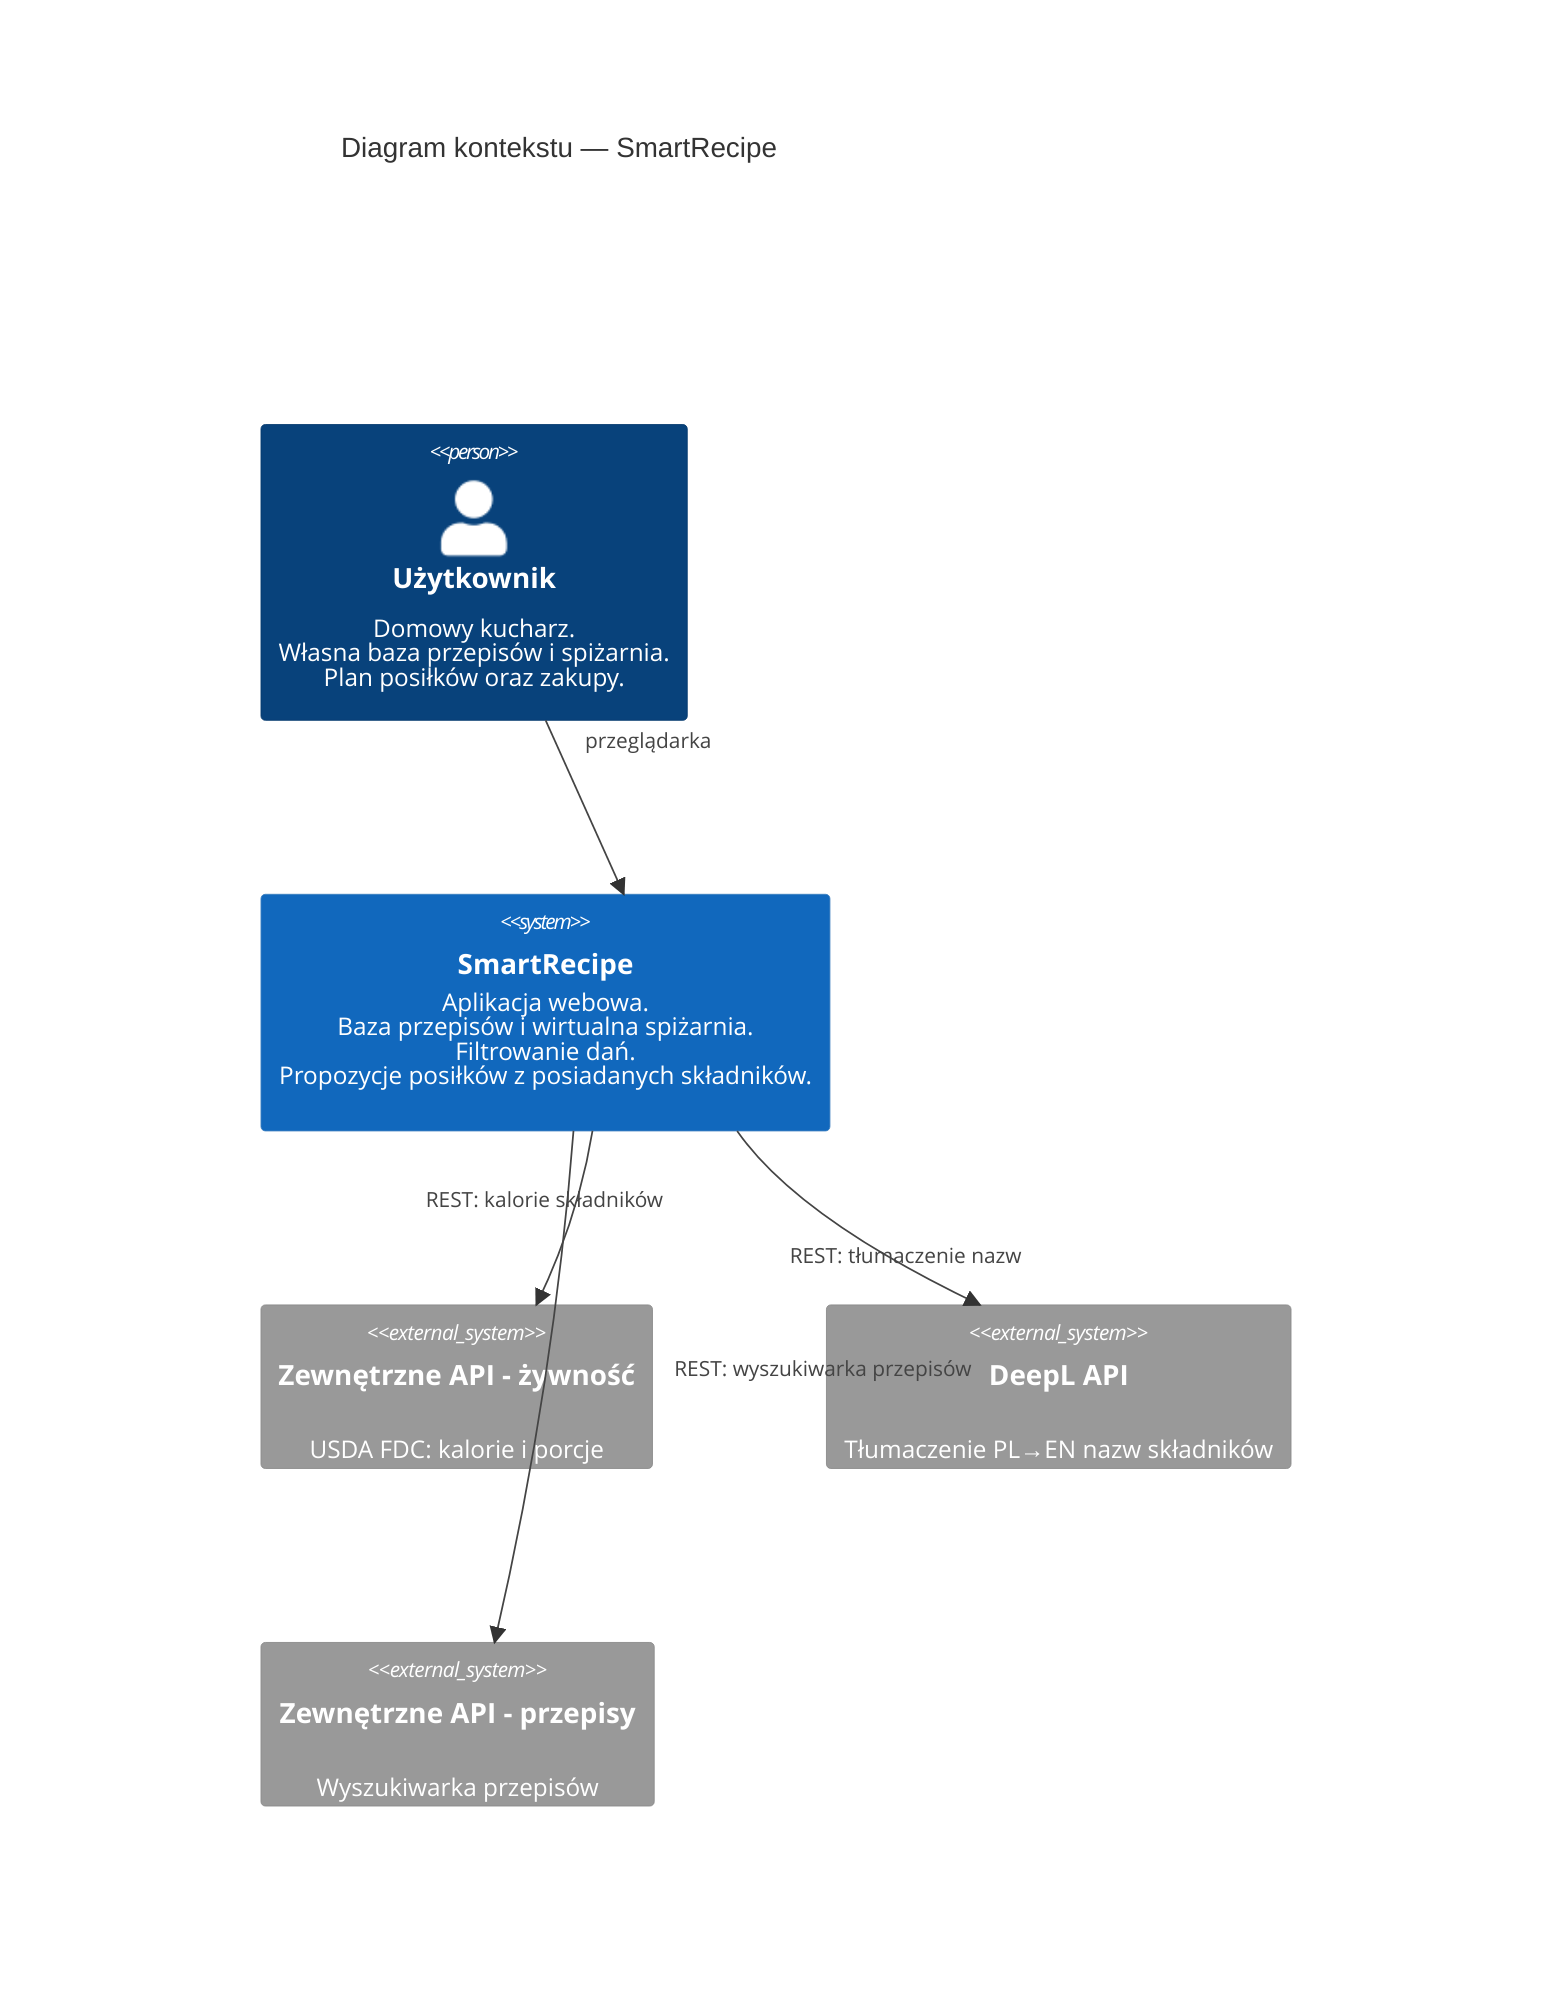
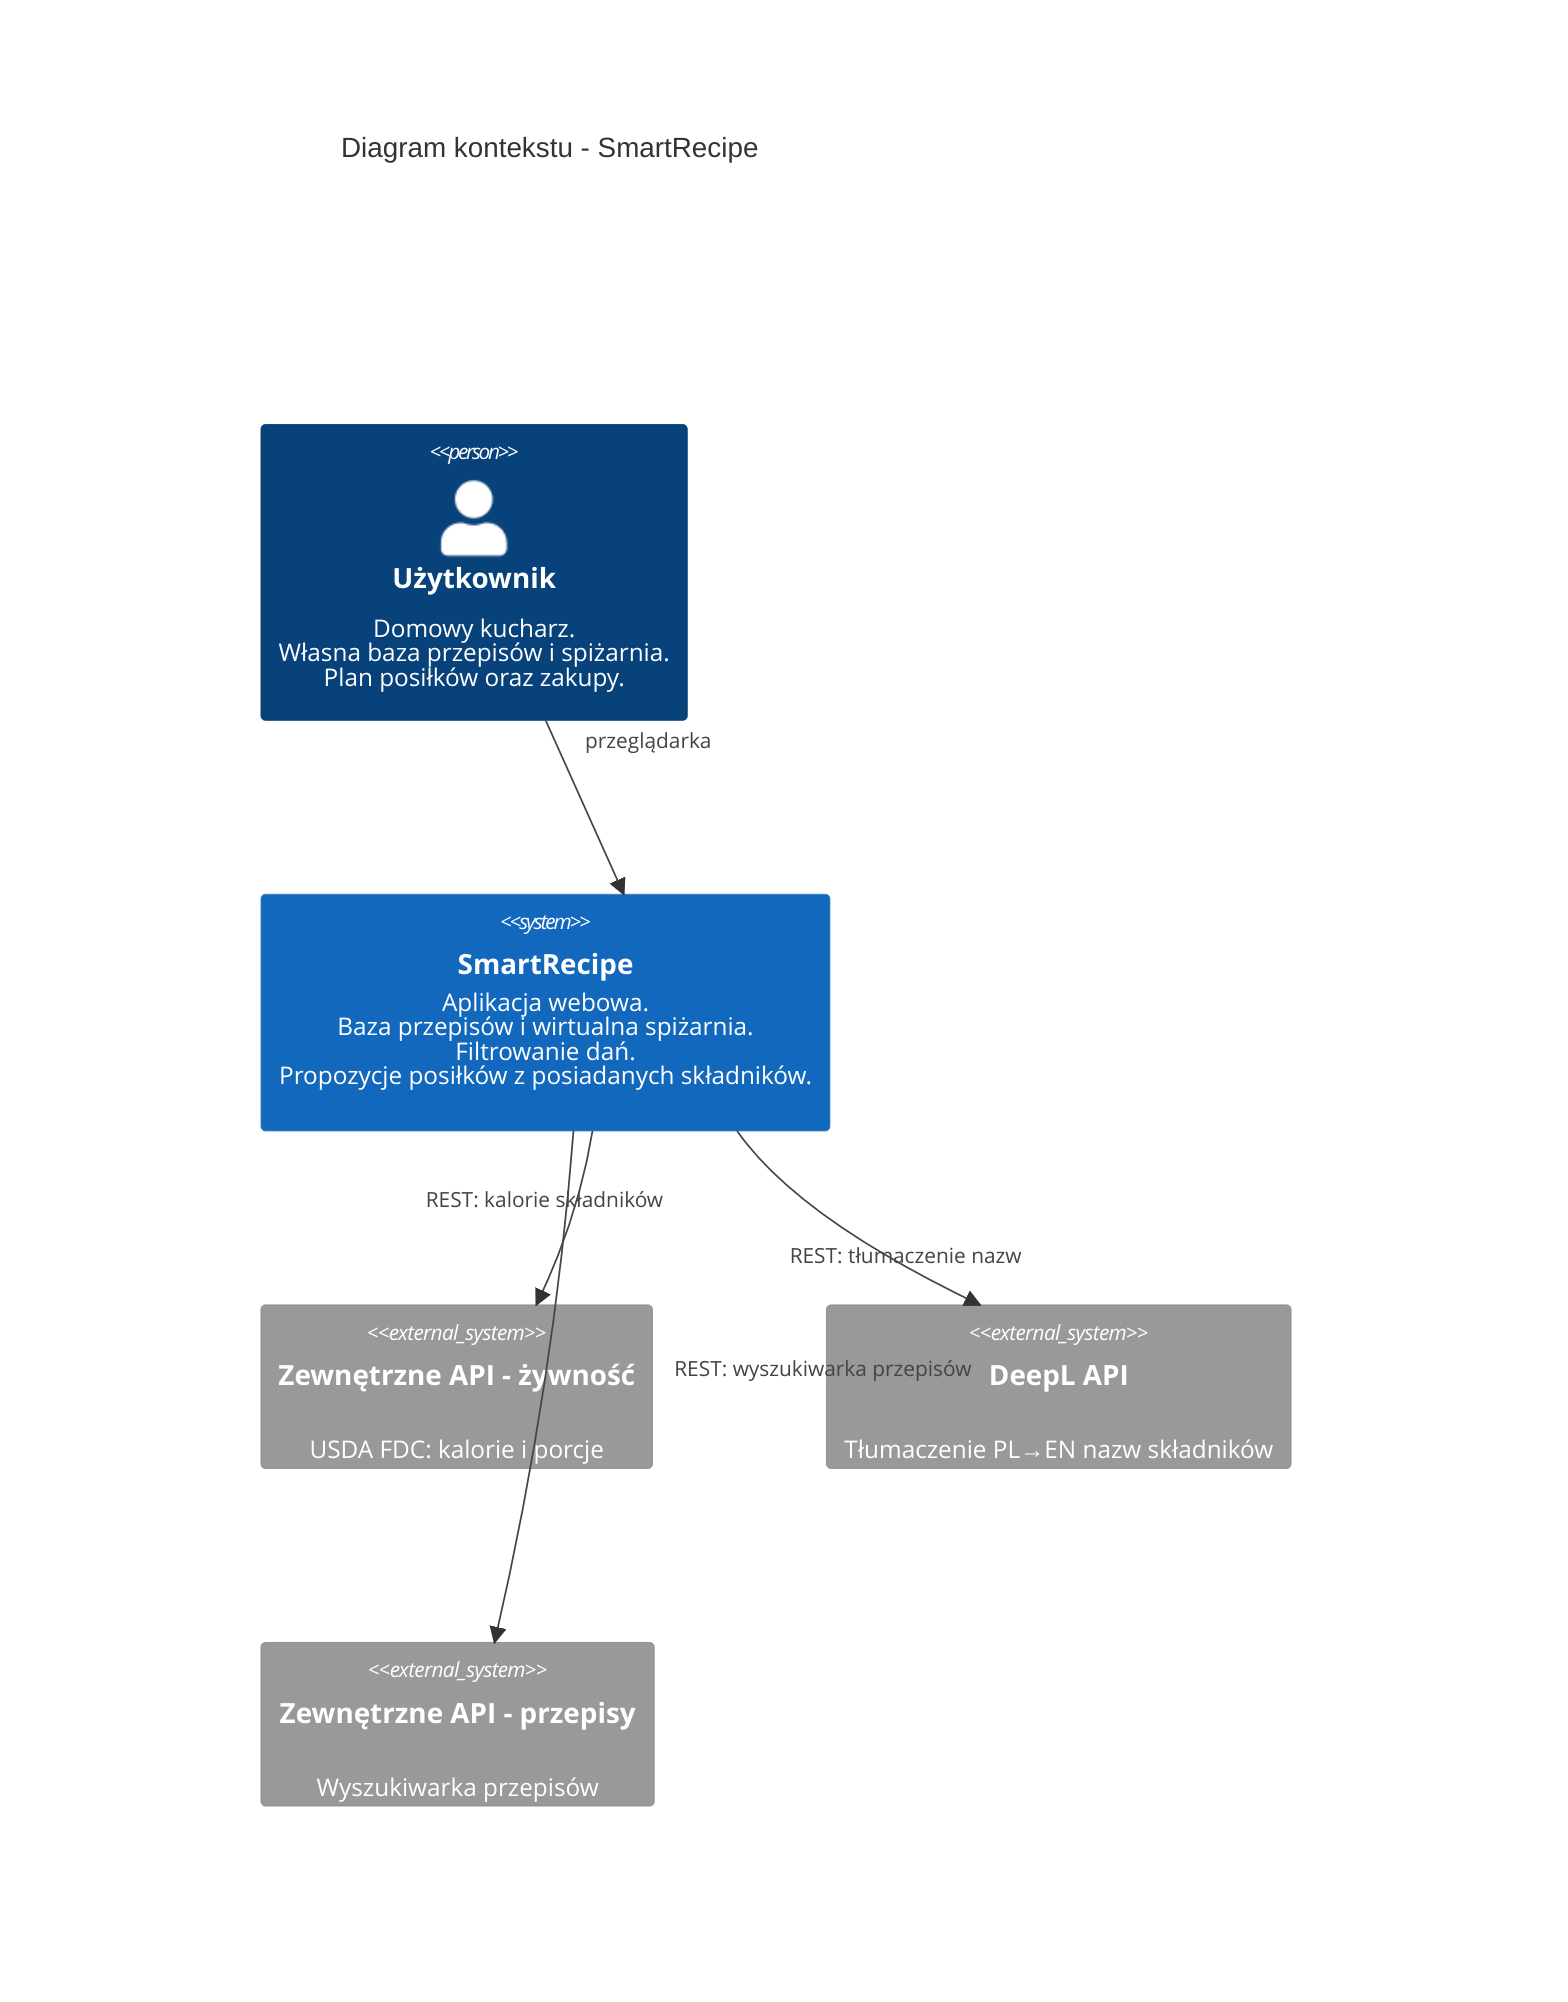
C4Context
-     title Diagram kontekstu — SmartRecipe
+     title Diagram kontekstu - SmartRecipe

    Person(homecook, "Użytkownik", "Domowy kucharz.<br/>Własna baza przepisów i spiżarnia.<br/>Plan posiłków oraz zakupy.")
    System(smartrecipe, "SmartRecipe", "Aplikacja webowa.<br/>Baza przepisów i wirtualna spiżarnia.<br/>Filtrowanie dań.<br/>Propozycje posiłków z posiadanych składników.")
    System_Ext(nutrition_api, "Zewnętrzne API - żywność", "USDA FDC: kalorie i porcje")
    System_Ext(deepl_api, "DeepL API", "Tłumaczenie PL→EN nazw składników")
    System_Ext(recipe_api, "Zewnętrzne API - przepisy", "Wyszukiwarka przepisów")

    Rel(homecook, smartrecipe, "przeglądarka")
    Rel(smartrecipe, deepl_api, "REST: tłumaczenie nazw")
    Rel(smartrecipe, nutrition_api, "REST: kalorie składników")
    Rel(smartrecipe, recipe_api, "REST: wyszukiwarka przepisów")

    UpdateLayoutConfig($c4ShapeInRow="2", $c4BoundaryInRow="2")
    UpdateRelStyle(homecook, smartrecipe, $offsetY="-40")
    UpdateRelStyle(smartrecipe, deepl_api, $offsetX="-40", $offsetY="20")
    UpdateRelStyle(smartrecipe, nutrition_api, $offsetX="-80", $offsetY="-12")
    UpdateRelStyle(smartrecipe, recipe_api, $offsetX="80", $offsetY="-12")